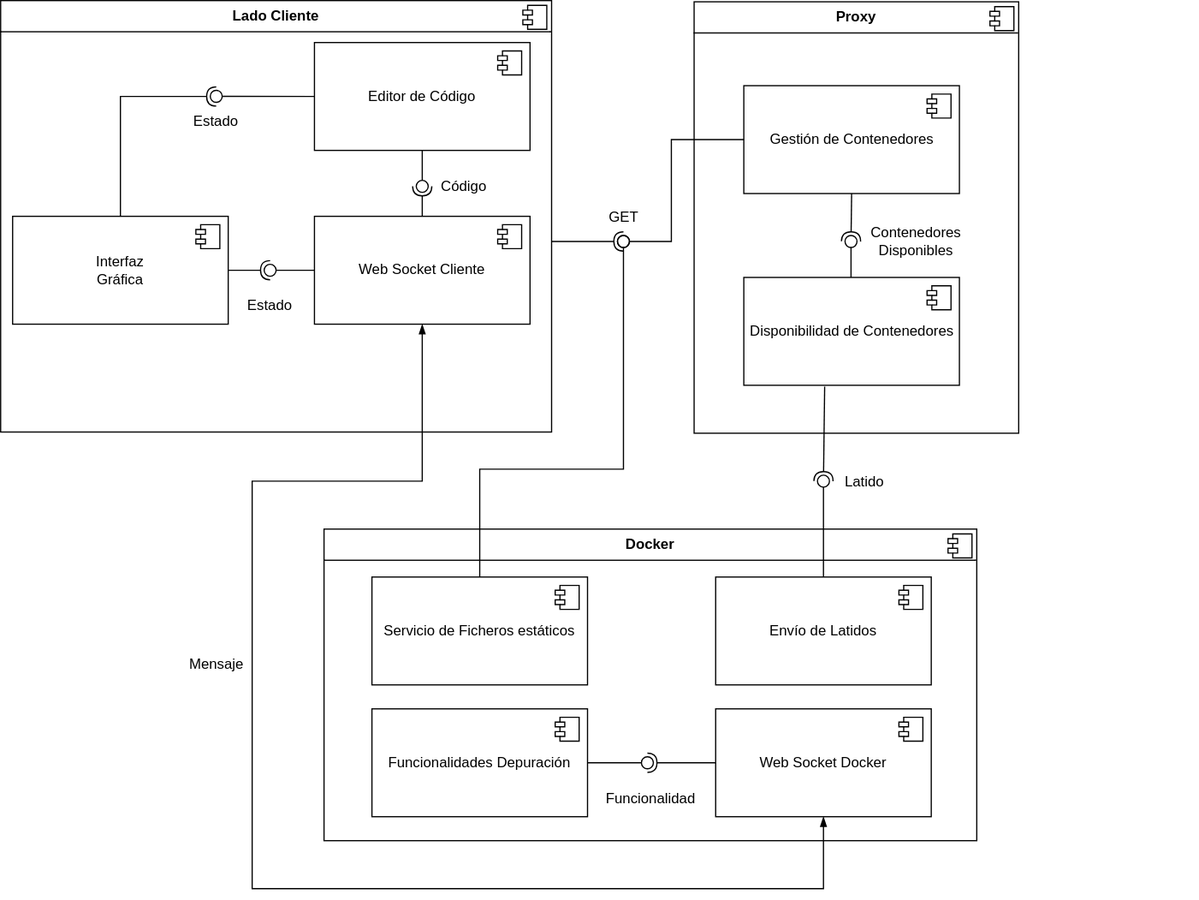
This is doc/img/componentes_TFG.drawio.svg from Adri-Extremix/Trabajo-de-Fin-de-Grado, a draw.io export, as it was before one commit. Source tidied: cells renumbered, new cells last; positions are measured from the earlier drawing's top-left corner, leaving out a move shared by most shapes.
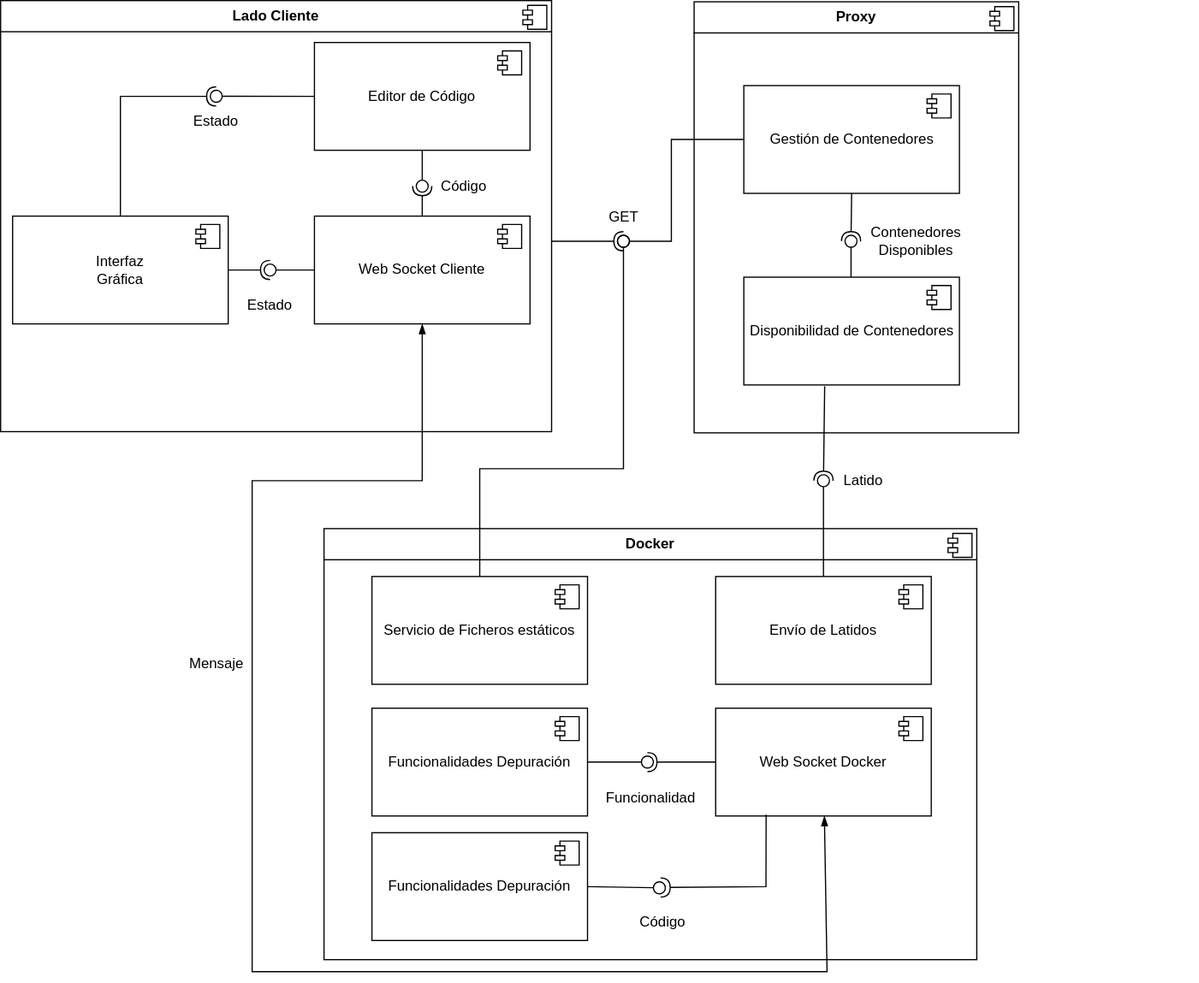
After the change.

Commit message:
Avance en la memoria

What changed in the source:
```diff
@@ -11,7 +11,7 @@
       </mxGeometry>
     </mxCell>
     <mxCell id="4" value="&lt;p style=&quot;margin:0px;margin-top:6px;text-align:center;&quot;&gt;&lt;b&gt;Docker&lt;/b&gt;&lt;/p&gt;&lt;hr size=&quot;1&quot; style=&quot;border-style:solid;&quot;&gt;" style="align=left;overflow=fill;html=1;whiteSpace=wrap;" parent="1" vertex="1">
-      <mxGeometry x="270" y="441" width="545" height="260" as="geometry" />
+      <mxGeometry x="270" y="441" width="545" height="360" as="geometry" />
     </mxCell>
     <mxCell id="5" style="shape=component;jettyWidth=8;jettyHeight=4;" parent="4" vertex="1">
       <mxGeometry x="1" width="20" height="20" relative="1" as="geometry">
@@ -201,8 +201,8 @@
         <Array as="points">
           <mxPoint x="352" y="401" />
           <mxPoint x="210" y="401" />
-          <mxPoint x="210" y="741" />
-          <mxPoint x="687" y="741" />
+          <mxPoint x="210" y="811" />
+          <mxPoint x="690" y="811" />
         </Array>
       </mxGeometry>
     </mxCell>
@@ -255,5 +255,29 @@
     <mxCell id="61" value="&lt;div&gt;&lt;div&gt;Contenedores&amp;nbsp;&lt;/div&gt;&lt;/div&gt;&lt;div&gt;Disponibles&lt;/div&gt;" style="text;html=1;align=center;verticalAlign=middle;strokeColor=none;fillColor=none;" parent="1" vertex="1">
       <mxGeometry x="714" y="181" width="100" height="40" as="geometry" />
     </mxCell>
+    <mxCell id="62" value="Funcionalidades Depuración" style="html=1;whiteSpace=wrap;" parent="1" vertex="1">
+      <mxGeometry x="310" y="695" width="180" height="90" as="geometry" />
+    </mxCell>
+    <mxCell id="63" style="shape=module;jettyWidth=8;jettyHeight=4;" parent="62" vertex="1">
+      <mxGeometry x="1" width="20" height="20" relative="1" as="geometry">
+        <mxPoint x="-27" y="7" as="offset" />
+      </mxGeometry>
+    </mxCell>
+    <mxCell id="64" style="rounded=0;jettySize=auto;html=1;endArrow=oval;endFill=0;sketch=0;sourcePerimeterSpacing=0;targetPerimeterSpacing=0;endSize=10;exitX=1;exitY=0.5;exitDx=0;exitDy=0;" parent="1" edge="1" source="62">
+      <mxGeometry relative="1" as="geometry">
+        <mxPoint x="550" y="741" as="targetPoint" />
+      </mxGeometry>
+    </mxCell>
+    <mxCell id="65" style="rounded=0;jettySize=auto;html=1;endArrow=halfCircle;endFill=0;endSize=6;strokeWidth=1;sketch=0;exitX=0.234;exitY=0.987;exitDx=0;exitDy=0;exitPerimeter=0;" parent="1" edge="1" source="35">
+      <mxGeometry relative="1" as="geometry">
+        <mxPoint x="551" y="740.7" as="targetPoint" />
+        <Array as="points">
+          <mxPoint x="639" y="740" />
+        </Array>
+      </mxGeometry>
+    </mxCell>
+    <mxCell id="66" value="Código" style="text;html=1;align=center;verticalAlign=middle;whiteSpace=wrap;rounded=0;" parent="1" vertex="1">
+      <mxGeometry x="522.5" y="755" width="60" height="30" as="geometry" />
+    </mxCell>
   </root>
 </mxGraphModel>
```
